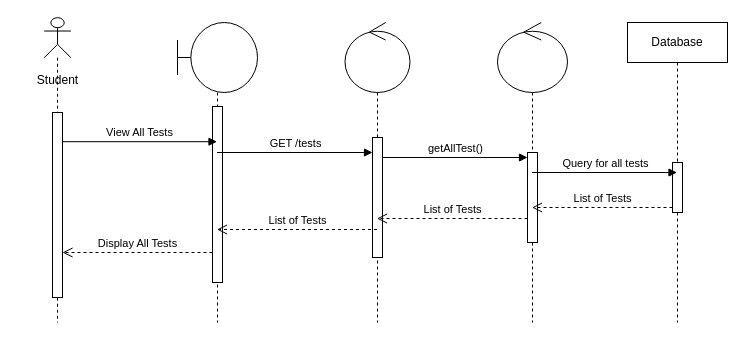
This is Sequence Diagrams/View_All_Tests.drawio from MS1034/fyp-digrams-reports, a draw.io file, before an edit. Source tidied: cells renumbered, new cells numbered last; positions are measured from the earlier drawing's top-left corner, leaving out a move shared by most shapes. Both pictures are drawn from the tidied source at 100%, with x=0, y=0 at pixel (17, 17).
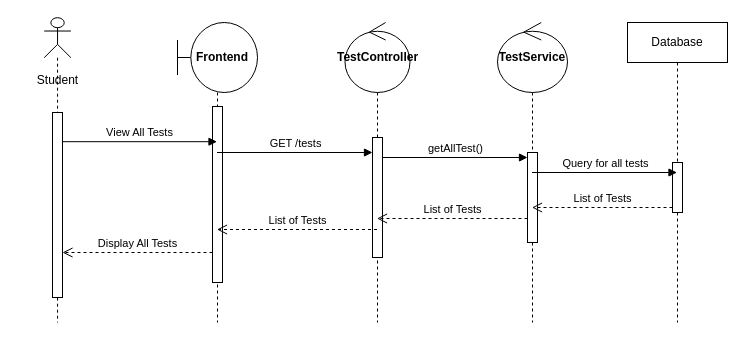
Above is the later version.

The edit, as a diff of the source:
```diff
@@
-    <mxCell id="6" style="shape=umlLifeline;perimeter=lifelinePerimeter;whiteSpace=wrap;html=1;outlineConnect=0;portConstraint=eastwest;newEdgeStyle={&quot;curved&quot;:0,&quot;rounded&quot;:0};participant=umlBoundary;size=70;" parent="1" vertex="1">
+    <mxCell id="6" value="&lt;b&gt;&amp;nbsp; &amp;nbsp;Frontend&lt;/b&gt;" style="shape=umlLifeline;perimeter=lifelinePerimeter;whiteSpace=wrap;html=1;outlineConnect=0;portConstraint=eastwest;newEdgeStyle={&quot;curved&quot;:0,&quot;rounded&quot;:0};participant=umlBoundary;size=70;" parent="1" vertex="1">
       <mxGeometry x="160" y="5" width="80" height="300" as="geometry" />
     </mxCell>
@@
-    <mxCell id="8" style="shape=umlLifeline;perimeter=lifelinePerimeter;whiteSpace=wrap;html=1;newEdgeStyle={&quot;curved&quot;:0,&quot;rounded&quot;:0};participant=umlControl;size=70;" parent="1" vertex="1">
+    <mxCell id="8" value="&lt;b&gt;TestController&lt;/b&gt;" style="shape=umlLifeline;perimeter=lifelinePerimeter;whiteSpace=wrap;html=1;newEdgeStyle={&quot;curved&quot;:0,&quot;rounded&quot;:0};participant=umlControl;size=70;" parent="1" vertex="1">
       <mxGeometry x="327.5" y="5" width="65" height="300" as="geometry" />
     </mxCell>
@@
-    <mxCell id="10" style="shape=umlLifeline;perimeter=lifelinePerimeter;whiteSpace=wrap;html=1;outlineConnect=0;portConstraint=eastwest;newEdgeStyle={&quot;curved&quot;:0,&quot;rounded&quot;:0};participant=umlControl;size=70;" parent="1" vertex="1">
+    <mxCell id="10" value="&lt;b&gt;TestService&lt;/b&gt;" style="shape=umlLifeline;perimeter=lifelinePerimeter;whiteSpace=wrap;html=1;outlineConnect=0;portConstraint=eastwest;newEdgeStyle={&quot;curved&quot;:0,&quot;rounded&quot;:0};participant=umlControl;size=70;" parent="1" vertex="1">
       <mxGeometry x="480" y="5" width="70" height="300" as="geometry" />
     </mxCell>
```
